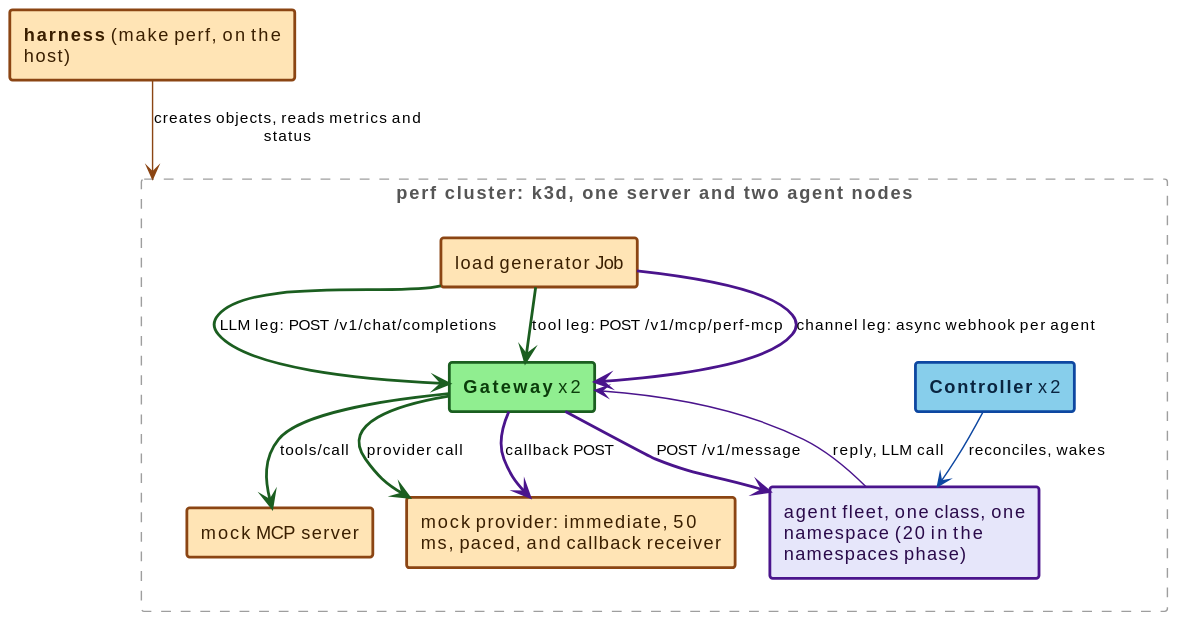
Above: docs/src/diagrams/perf-harness-topology.svg in win07xp/kaalm (PlantUML), before the change.
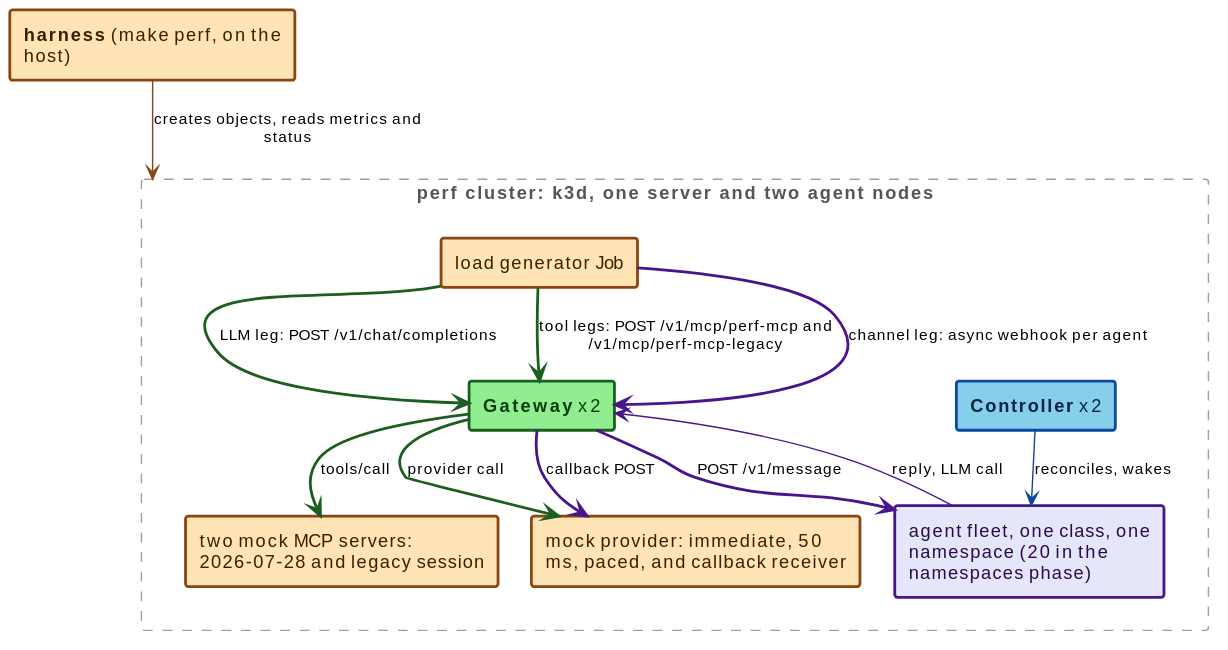
The same diagram one commit later.

Commit message:
docs(perf): describe the legacy session tools leg

The performance page and the harness topology figure now show two mock
MCP servers, one per protocol era, and the third tools leg that calls
perf-mcp-legacy with a session opened once per caller.

Fixes #474

The edit, as a diff of the source:
```diff
@@ -11,13 +11,13 @@
   rectangle "**Gateway** x2" as GW #back:90EE90;line:1B5E20;line.bold;text:0b3d0b
   rectangle "**Controller** x2" as CTRL #back:87CEEB;line:0D47A1;line.bold;text:0a2540
   rectangle "mock provider: immediate, 50 ms, paced, and callback receiver" as MOCK #back:FFE4B5;line:8B4513;line.bold;text:3a1f00
-  rectangle "mock MCP server" as MCP #back:FFE4B5;line:8B4513;line.bold;text:3a1f00
+  rectangle "two mock MCP servers: 2026-07-28 and legacy session" as MCP #back:FFE4B5;line:8B4513;line.bold;text:3a1f00
   rectangle "agent fleet, one class, one namespace (20 in the namespaces phase)" as FLEET #back:E6E6FA;line:4A148C;line.bold;text:2a0a4a
 }
 H -[#8B4513]-> CL : creates objects, reads metrics and status
 LG -[#1B5E20,bold]-> GW : LLM leg: POST /v1/chat/completions
 GW -[#1B5E20,bold]-> MOCK : provider call
-LG -[#1B5E20,bold]-> GW : tool leg: POST /v1/mcp/perf-mcp
+LG -[#1B5E20,bold]-> GW : tool legs: POST /v1/mcp/perf-mcp and /v1/mcp/perf-mcp-legacy
 GW -[#1B5E20,bold]-> MCP : tools/call
 LG -[#4A148C,bold]-> GW : channel leg: async webhook per agent
 GW -[#4A148C,bold]-> FLEET : POST /v1/message
```
